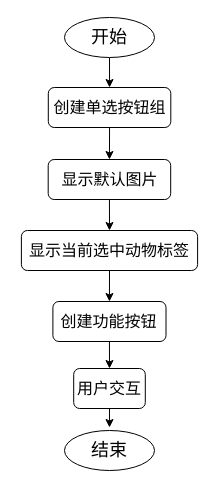
Earlier version of the draw.io diagram java6.drawio (1154619573/draw). Source tidied: cells renumbered, new cells numbered last; positions are measured from the earlier drawing's top-left corner, leaving out a move shared by most shapes. Both pictures are drawn from the tidied source at 100%, with x=0, y=0 at pixel (21, 17).
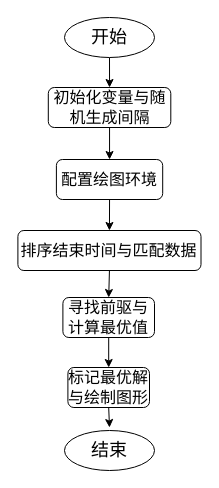
The same diagram, later.

Change to the diagram source:
```diff
@@
 <mxGraphModel>
   <root>
     <mxCell id="0" />
     <mxCell id="1" parent="0" />
     <mxCell id="2" style="edgeStyle=orthogonalEdgeStyle;rounded=0;jettySize=auto;html=1;exitX=0.5;exitY=1;exitDx=0;exitDy=0;entryX=0.5;entryY=0;entryDx=0;entryDy=0;" parent="1" edge="1" source="3" target="5">
       <mxGeometry relative="1" as="geometry" />
     </mxCell>
     <mxCell id="3" value="&lt;font style=&quot;font-size: 18px;&quot;&gt;开始&lt;/font&gt;" style="ellipse;whiteSpace=wrap;html=1;" parent="1" vertex="1">
       <mxGeometry x="43" width="90" height="40" as="geometry" />
     </mxCell>
     <mxCell id="4" style="edgeStyle=orthogonalEdgeStyle;rounded=0;jettySize=auto;html=1;exitX=0.5;exitY=1;exitDx=0;exitDy=0;entryX=0.5;entryY=0;entryDx=0;entryDy=0;" parent="1" edge="1" source="5" target="7">
       <mxGeometry relative="1" as="geometry" />
     </mxCell>
-    <mxCell id="5" value="&lt;span style=&quot;text-align: start; font-size: medium;&quot;&gt;创建单选按钮组&lt;/span&gt;" style="rounded=1;whiteSpace=wrap;html=1;" parent="1" vertex="1">
+    <mxCell id="5" value="&lt;span style=&quot;text-align: start;&quot; class=&quot;hljs-string&quot;&gt;&lt;font style=&quot;font-size: 16px;&quot;&gt;初始化变量与随机生成间隔&lt;/font&gt;&lt;/span&gt;&lt;span style=&quot;text-align: start; font-size: medium;&quot;&gt;&lt;/span&gt;" style="rounded=1;whiteSpace=wrap;html=1;" parent="1" vertex="1">
       <mxGeometry x="26.8" y="70" width="122.5" height="40" as="geometry" />
     </mxCell>
     <mxCell id="6" style="edgeStyle=orthogonalEdgeStyle;rounded=0;jettySize=auto;html=1;exitX=0.5;exitY=1;exitDx=0;exitDy=0;entryX=0.5;entryY=0;entryDx=0;entryDy=0;" parent="1" edge="1" source="7" target="9">
       <mxGeometry relative="1" as="geometry" />
     </mxCell>
-    <mxCell id="7" value="&lt;span style=&quot;text-align: start; font-size: medium;&quot;&gt;显示默认图片&lt;/span&gt;" style="rounded=1;whiteSpace=wrap;html=1;" parent="1" vertex="1">
-      <mxGeometry x="26.7" y="142" width="122.5" height="40" as="geometry" />
+    <mxCell id="7" value="&lt;span style=&quot;text-align: start;&quot; class=&quot;hljs-string&quot;&gt;&lt;font style=&quot;font-size: 16px;&quot;&gt;配置绘图环境&lt;/font&gt;&lt;/span&gt;&lt;span style=&quot;text-align: start; font-size: medium;&quot;&gt;&lt;/span&gt;" style="rounded=1;whiteSpace=wrap;html=1;" parent="1" vertex="1">
+      <mxGeometry x="34.9" y="142" width="106.3" height="40" as="geometry" />
     </mxCell>
     <mxCell id="8" style="edgeStyle=orthogonalEdgeStyle;rounded=0;jettySize=auto;html=1;exitX=0.5;exitY=1;exitDx=0;exitDy=0;entryX=0.5;entryY=0;entryDx=0;entryDy=0;" parent="1" edge="1" source="9" target="11">
       <mxGeometry relative="1" as="geometry" />
     </mxCell>
-    <mxCell id="9" value="&lt;span style=&quot;text-align: start; font-size: medium;&quot;&gt;显示当前选中动物标签&lt;/span&gt;" style="rounded=1;whiteSpace=wrap;html=1;" parent="1" vertex="1">
-      <mxGeometry x="-0.1" y="213" width="176.2" height="40" as="geometry" />
+    <mxCell id="9" value="&lt;span style=&quot;text-align: start;&quot; class=&quot;hljs-string&quot;&gt;&lt;font style=&quot;font-size: 16px;&quot;&gt;排序结束时间与匹配数据&lt;/font&gt;&lt;/span&gt;&lt;span style=&quot;text-align: start; font-size: medium;&quot;&gt;&lt;/span&gt;" style="rounded=1;whiteSpace=wrap;html=1;" parent="1" vertex="1">
+      <mxGeometry x="-3.6" y="213" width="183.1" height="40" as="geometry" />
     </mxCell>
     <mxCell id="10" style="edgeStyle=orthogonalEdgeStyle;rounded=0;jettySize=auto;html=1;exitX=0.5;exitY=1;exitDx=0;exitDy=0;entryX=0.5;entryY=0;entryDx=0;entryDy=0;" parent="1" edge="1" source="11" target="13">
       <mxGeometry relative="1" as="geometry" />
     </mxCell>
-    <mxCell id="11" value="&lt;span style=&quot;text-align: start; font-size: medium;&quot;&gt;创建功能按钮&lt;/span&gt;" style="rounded=1;whiteSpace=wrap;html=1;" parent="1" vertex="1">
-      <mxGeometry x="31.4" y="284" width="113.1" height="40" as="geometry" />
+    <mxCell id="11" value="&lt;span style=&quot;text-align: start;&quot; class=&quot;hljs-string&quot;&gt;&lt;font style=&quot;font-size: 16px;&quot;&gt;寻找前驱与计算最优值&lt;/font&gt;&lt;/span&gt;&lt;span style=&quot;text-align: start; font-size: medium;&quot;&gt;&lt;/span&gt;" style="rounded=1;whiteSpace=wrap;html=1;" parent="1" vertex="1">
+      <mxGeometry x="41.4" y="280" width="91.6" height="40" as="geometry" />
     </mxCell>
     <mxCell id="12" style="edgeStyle=orthogonalEdgeStyle;rounded=0;jettySize=auto;html=1;exitX=0.5;exitY=1;exitDx=0;exitDy=0;" parent="1" edge="1" source="13">
       <mxGeometry relative="1" as="geometry">
         <mxPoint x="88" y="410" as="targetPoint" />
       </mxGeometry>
     </mxCell>
-    <mxCell id="13" value="&lt;div style=&quot;text-align: start;&quot;&gt;&lt;font size=&quot;3&quot;&gt;用户交互&lt;/font&gt;&lt;/div&gt;" style="rounded=1;whiteSpace=wrap;html=1;" parent="1" vertex="1">
-      <mxGeometry x="52.2" y="351" width="71.6" height="40" as="geometry" />
+    <mxCell id="13" value="&lt;div style=&quot;text-align: start;&quot;&gt;&lt;span class=&quot;hljs-string&quot;&gt;&lt;font style=&quot;font-size: 16px;&quot;&gt;标记最优解与绘制图形&lt;/font&gt;&lt;/span&gt;&lt;span style=&quot;font-size: medium;&quot;&gt;&lt;/span&gt;&lt;br&gt;&lt;/div&gt;" style="rounded=1;whiteSpace=wrap;html=1;" parent="1" vertex="1">
+      <mxGeometry x="46.4" y="350" width="81.6" height="40" as="geometry" />
     </mxCell>
     <mxCell id="14" value="&lt;font size=&quot;4&quot;&gt;结束&lt;/font&gt;" style="ellipse;whiteSpace=wrap;html=1;" parent="1" vertex="1">
       <mxGeometry x="43" y="413" width="90" height="40" as="geometry" />
     </mxCell>
   </root>
 </mxGraphModel>
```
